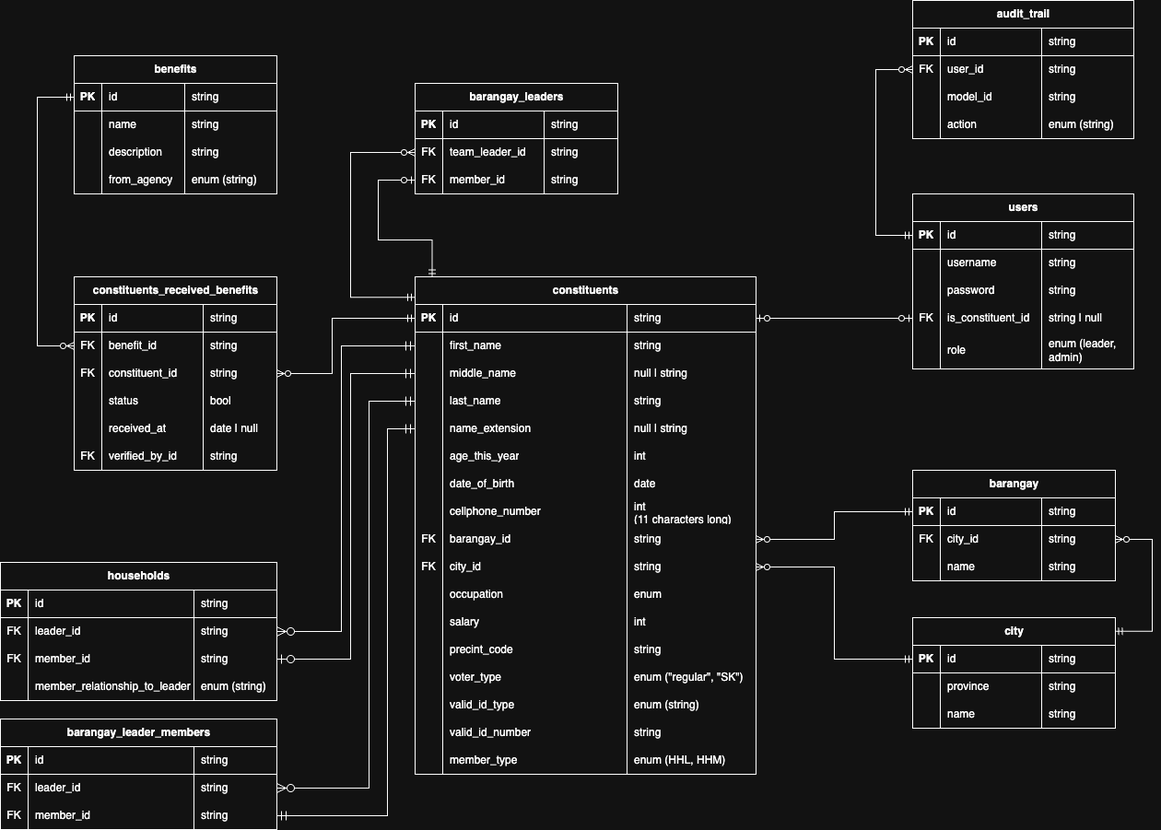
13luecloud/constituents-record keeps this draw.io diagram as resources/references/database_schema.png. Above is the earlier version. Source tidied: cells renumbered, new cells last; positions are measured from the earlier drawing's top-left corner, leaving out a move shared by most shapes.
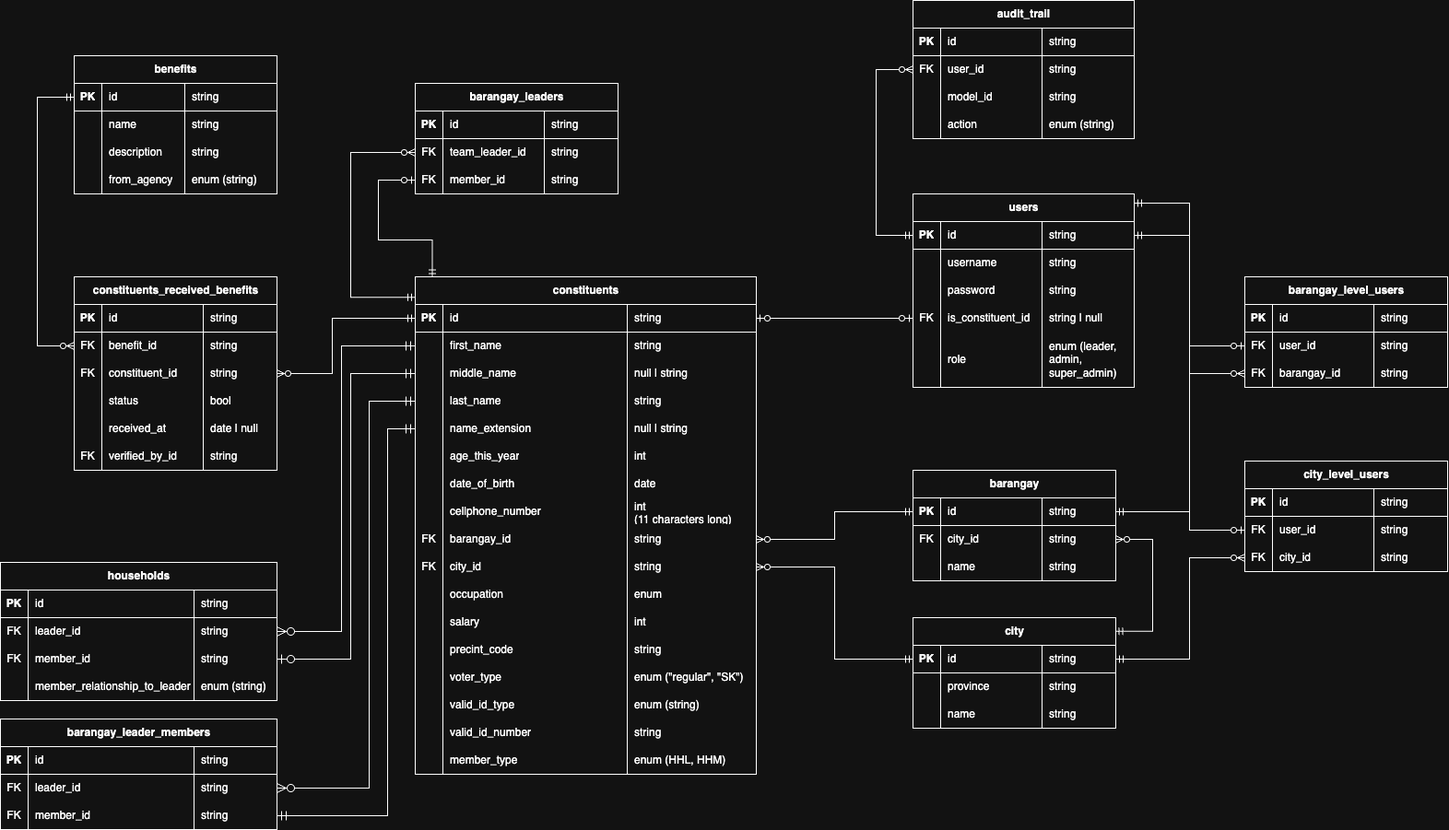
Above is the later version.

The edit, as a diff of the source:
```diff
@@ -3,7 +3,7 @@
     <mxCell id="0" />
     <mxCell id="1" parent="0" />
     <mxCell id="2" value="users" style="shape=table;startSize=30;rowLines=0;fontStyle=1;align=center;html=1;" parent="1" vertex="1">
-      <mxGeometry x="990" y="210" width="240" height="190" as="geometry" />
+      <mxGeometry x="990" y="210" width="240" height="210" as="geometry" />
     </mxCell>
     <mxCell id="3" style="shape=tableRow;horizontal=0;startSize=0;swimlaneHead=0;swimlaneBody=0;fillColor=none;points=[[0,0.5],[1,0.5]];portConstraint=eastwest;top=0;left=0;right=0;bottom=1;" parent="2" vertex="1">
       <mxGeometry y="30" width="240" height="30" as="geometry" />
@@ -54,16 +54,16 @@
       <mxGeometry x="140" width="100" height="30" as="geometry" />
     </mxCell>
     <mxCell id="19" style="shape=tableRow;horizontal=0;startSize=0;swimlaneHead=0;swimlaneBody=0;fillColor=none;top=0;left=0;right=0;bottom=0;" parent="2" vertex="1">
-      <mxGeometry y="150" width="240" height="40" as="geometry" />
+      <mxGeometry y="150" width="240" height="60" as="geometry" />
     </mxCell>
     <mxCell id="20" style="shape=partialRectangle;fillColor=none;top=0;left=0;bottom=0;right=0;overflow=hidden;whiteSpace=wrap;html=1;" parent="19" vertex="1">
-      <mxGeometry width="30" height="40" as="geometry" />
+      <mxGeometry width="30" height="60" as="geometry" />
     </mxCell>
     <mxCell id="21" value="role" style="shape=partialRectangle;fillColor=none;top=0;left=0;bottom=0;right=0;align=left;spacingLeft=6;overflow=hidden;whiteSpace=wrap;html=1;" parent="19" vertex="1">
-      <mxGeometry x="30" width="110" height="40" as="geometry" />
+      <mxGeometry x="30" width="110" height="60" as="geometry" />
     </mxCell>
-    <mxCell id="22" value="enum (leader, admin)" style="shape=partialRectangle;fillColor=none;top=0;left=0;bottom=0;right=0;align=left;spacingLeft=6;overflow=hidden;whiteSpace=wrap;html=1;" parent="19" vertex="1">
-      <mxGeometry x="140" width="100" height="40" as="geometry" />
+    <mxCell id="22" value="enum (leader, admin, super_admin)" style="shape=partialRectangle;fillColor=none;top=0;left=0;bottom=0;right=0;align=left;spacingLeft=6;overflow=hidden;whiteSpace=wrap;html=1;" parent="19" vertex="1">
+      <mxGeometry x="140" width="100" height="60" as="geometry" />
     </mxCell>
     <mxCell id="23" value="benefits" style="shape=table;startSize=30;rowLines=0;fontStyle=1;align=center;html=1;" parent="1" vertex="1">
       <mxGeometry x="80" y="60" width="220" height="150" as="geometry" />
@@ -751,5 +751,105 @@
         </Array>
       </mxGeometry>
     </mxCell>
+    <mxCell id="234" value="barangay_level_users" style="shape=table;startSize=30;rowLines=0;fontStyle=1;align=center;html=1;swimlaneLine=1;" parent="1" vertex="1">
+      <mxGeometry x="1350" y="300" width="220" height="120" as="geometry" />
+    </mxCell>
+    <mxCell id="235" style="shape=tableRow;horizontal=0;startSize=0;swimlaneHead=0;swimlaneBody=0;fillColor=none;top=0;left=0;right=0;bottom=1;swimlaneLine=1;" parent="234" vertex="1">
+      <mxGeometry y="30" width="220" height="30" as="geometry" />
+    </mxCell>
+    <mxCell id="236" value="PK" style="shape=partialRectangle;fillColor=none;top=0;left=0;bottom=0;right=0;fontStyle=1;overflow=hidden;whiteSpace=wrap;html=1;swimlaneLine=1;" parent="235" vertex="1">
+      <mxGeometry width="30" height="30" as="geometry" />
+    </mxCell>
+    <mxCell id="237" value="&lt;span style=&quot;font-weight: normal;&quot;&gt;id&lt;/span&gt;" style="shape=partialRectangle;fillColor=none;top=0;left=0;bottom=0;right=0;align=left;spacingLeft=6;fontStyle=1;overflow=hidden;whiteSpace=wrap;html=1;swimlaneLine=1;" parent="235" vertex="1">
+      <mxGeometry x="30" width="110" height="30" as="geometry" />
+    </mxCell>
+    <mxCell id="238" value="&lt;span style=&quot;font-weight: normal;&quot;&gt;string&lt;/span&gt;" style="shape=partialRectangle;fillColor=none;top=0;left=0;bottom=0;right=0;align=left;spacingLeft=6;fontStyle=1;overflow=hidden;whiteSpace=wrap;html=1;swimlaneLine=1;" parent="235" vertex="1">
+      <mxGeometry x="140" width="80" height="30" as="geometry" />
+    </mxCell>
+    <mxCell id="239" style="shape=tableRow;horizontal=0;startSize=0;swimlaneHead=0;swimlaneBody=0;fillColor=none;points=[[0,0.5],[1,0.5]];portConstraint=eastwest;top=0;left=0;right=0;bottom=0;swimlaneLine=1;" parent="234" vertex="1">
+      <mxGeometry y="60" width="220" height="30" as="geometry" />
+    </mxCell>
+    <mxCell id="240" value="FK" style="shape=partialRectangle;fillColor=none;top=0;left=0;bottom=0;right=0;overflow=hidden;whiteSpace=wrap;html=1;swimlaneLine=1;" parent="239" vertex="1">
+      <mxGeometry width="30" height="30" as="geometry" />
+    </mxCell>
+    <mxCell id="241" value="user_id" style="shape=partialRectangle;fillColor=none;top=0;left=0;bottom=0;right=0;align=left;spacingLeft=6;overflow=hidden;whiteSpace=wrap;html=1;swimlaneLine=1;" parent="239" vertex="1">
+      <mxGeometry x="30" width="110" height="30" as="geometry" />
+    </mxCell>
+    <mxCell id="242" value="string" style="shape=partialRectangle;fillColor=none;top=0;left=0;bottom=0;right=0;align=left;spacingLeft=6;overflow=hidden;whiteSpace=wrap;html=1;swimlaneLine=1;" parent="239" vertex="1">
+      <mxGeometry x="140" width="80" height="30" as="geometry" />
+    </mxCell>
+    <mxCell id="243" style="shape=tableRow;horizontal=0;startSize=0;swimlaneHead=0;swimlaneBody=0;fillColor=none;points=[[0,0.5],[1,0.5]];portConstraint=eastwest;top=0;left=0;right=0;bottom=0;swimlaneLine=1;" parent="234" vertex="1">
+      <mxGeometry y="90" width="220" height="30" as="geometry" />
+    </mxCell>
+    <mxCell id="244" value="FK" style="shape=partialRectangle;fillColor=none;top=0;left=0;bottom=0;right=0;overflow=hidden;whiteSpace=wrap;html=1;swimlaneLine=1;" parent="243" vertex="1">
+      <mxGeometry width="30" height="30" as="geometry" />
+    </mxCell>
+    <mxCell id="245" value="barangay_id" style="shape=partialRectangle;fillColor=none;top=0;left=0;bottom=0;right=0;align=left;spacingLeft=6;overflow=hidden;whiteSpace=wrap;html=1;swimlaneLine=1;" parent="243" vertex="1">
+      <mxGeometry x="30" width="110" height="30" as="geometry" />
+    </mxCell>
+    <mxCell id="246" value="string" style="shape=partialRectangle;fillColor=none;top=0;left=0;bottom=0;right=0;align=left;spacingLeft=6;overflow=hidden;whiteSpace=wrap;html=1;swimlaneLine=1;" parent="243" vertex="1">
+      <mxGeometry x="140" width="80" height="30" as="geometry" />
+    </mxCell>
+    <mxCell id="247" value="city_level_users" style="shape=table;startSize=30;rowLines=0;fontStyle=1;align=center;html=1;swimlaneLine=1;" parent="1" vertex="1">
+      <mxGeometry x="1350" y="500" width="220" height="120" as="geometry" />
+    </mxCell>
+    <mxCell id="248" style="shape=tableRow;horizontal=0;startSize=0;swimlaneHead=0;swimlaneBody=0;fillColor=none;top=0;left=0;right=0;bottom=1;swimlaneLine=1;" parent="247" vertex="1">
+      <mxGeometry y="30" width="220" height="30" as="geometry" />
+    </mxCell>
+    <mxCell id="249" value="PK" style="shape=partialRectangle;fillColor=none;top=0;left=0;bottom=0;right=0;fontStyle=1;overflow=hidden;whiteSpace=wrap;html=1;swimlaneLine=1;" parent="248" vertex="1">
+      <mxGeometry width="30" height="30" as="geometry" />
+    </mxCell>
+    <mxCell id="250" value="&lt;span style=&quot;font-weight: normal;&quot;&gt;id&lt;/span&gt;" style="shape=partialRectangle;fillColor=none;top=0;left=0;bottom=0;right=0;align=left;spacingLeft=6;fontStyle=1;overflow=hidden;whiteSpace=wrap;html=1;swimlaneLine=1;" parent="248" vertex="1">
+      <mxGeometry x="30" width="110" height="30" as="geometry" />
+    </mxCell>
+    <mxCell id="251" value="&lt;span style=&quot;font-weight: normal;&quot;&gt;string&lt;/span&gt;" style="shape=partialRectangle;fillColor=none;top=0;left=0;bottom=0;right=0;align=left;spacingLeft=6;fontStyle=1;overflow=hidden;whiteSpace=wrap;html=1;swimlaneLine=1;" parent="248" vertex="1">
+      <mxGeometry x="140" width="80" height="30" as="geometry" />
+    </mxCell>
+    <mxCell id="252" style="shape=tableRow;horizontal=0;startSize=0;swimlaneHead=0;swimlaneBody=0;fillColor=none;points=[[0,0.5],[1,0.5]];portConstraint=eastwest;top=0;left=0;right=0;bottom=0;swimlaneLine=1;" parent="247" vertex="1">
+      <mxGeometry y="60" width="220" height="30" as="geometry" />
+    </mxCell>
+    <mxCell id="253" value="FK" style="shape=partialRectangle;fillColor=none;top=0;left=0;bottom=0;right=0;overflow=hidden;whiteSpace=wrap;html=1;swimlaneLine=1;" parent="252" vertex="1">
+      <mxGeometry width="30" height="30" as="geometry" />
+    </mxCell>
+    <mxCell id="254" value="user_id" style="shape=partialRectangle;fillColor=none;top=0;left=0;bottom=0;right=0;align=left;spacingLeft=6;overflow=hidden;whiteSpace=wrap;html=1;swimlaneLine=1;" parent="252" vertex="1">
+      <mxGeometry x="30" width="110" height="30" as="geometry" />
+    </mxCell>
+    <mxCell id="255" value="string" style="shape=partialRectangle;fillColor=none;top=0;left=0;bottom=0;right=0;align=left;spacingLeft=6;overflow=hidden;whiteSpace=wrap;html=1;swimlaneLine=1;" parent="252" vertex="1">
+      <mxGeometry x="140" width="80" height="30" as="geometry" />
+    </mxCell>
+    <mxCell id="256" style="shape=tableRow;horizontal=0;startSize=0;swimlaneHead=0;swimlaneBody=0;fillColor=none;points=[[0,0.5],[1,0.5]];portConstraint=eastwest;top=0;left=0;right=0;bottom=0;swimlaneLine=1;" parent="247" vertex="1">
+      <mxGeometry y="90" width="220" height="30" as="geometry" />
+    </mxCell>
+    <mxCell id="257" value="FK" style="shape=partialRectangle;fillColor=none;top=0;left=0;bottom=0;right=0;overflow=hidden;whiteSpace=wrap;html=1;swimlaneLine=1;" parent="256" vertex="1">
+      <mxGeometry width="30" height="30" as="geometry" />
+    </mxCell>
+    <mxCell id="258" value="city_id" style="shape=partialRectangle;fillColor=none;top=0;left=0;bottom=0;right=0;align=left;spacingLeft=6;overflow=hidden;whiteSpace=wrap;html=1;swimlaneLine=1;" parent="256" vertex="1">
+      <mxGeometry x="30" width="110" height="30" as="geometry" />
+    </mxCell>
+    <mxCell id="259" value="string" style="shape=partialRectangle;fillColor=none;top=0;left=0;bottom=0;right=0;align=left;spacingLeft=6;overflow=hidden;whiteSpace=wrap;html=1;swimlaneLine=1;" parent="256" vertex="1">
+      <mxGeometry x="140" width="80" height="30" as="geometry" />
+    </mxCell>
+    <mxCell id="260" style="edgeStyle=orthogonalEdgeStyle;rounded=0;jettySize=auto;html=1;exitX=1;exitY=0.5;exitDx=0;exitDy=0;entryX=0;entryY=0.5;entryDx=0;entryDy=0;endArrow=ERzeroToOne;endFill=0;startArrow=ERmandOne;startFill=0;" parent="1" edge="1" source="3" target="239">
+      <mxGeometry relative="1" as="geometry" />
+    </mxCell>
+    <mxCell id="261" style="edgeStyle=orthogonalEdgeStyle;rounded=0;jettySize=auto;html=1;exitX=0;exitY=0.5;exitDx=0;exitDy=0;entryX=1;entryY=0.5;entryDx=0;entryDy=0;startArrow=ERzeroToMany;startFill=0;endArrow=ERmandOne;endFill=0;" parent="1" edge="1" source="243" target="54">
+      <mxGeometry relative="1" as="geometry">
+        <Array as="points">
+          <mxPoint x="1290" y="405" />
+          <mxPoint x="1290" y="555" />
+        </Array>
+      </mxGeometry>
+    </mxCell>
+    <mxCell id="262" style="edgeStyle=orthogonalEdgeStyle;rounded=0;jettySize=auto;html=1;exitX=0;exitY=0.5;exitDx=0;exitDy=0;entryX=1;entryY=0.048;entryDx=0;entryDy=0;entryPerimeter=0;endArrow=ERmandOne;endFill=0;startArrow=ERzeroToOne;startFill=0;" parent="1" edge="1" source="252" target="2">
+      <mxGeometry relative="1" as="geometry" />
+    </mxCell>
+    <mxCell id="263" style="edgeStyle=orthogonalEdgeStyle;rounded=0;jettySize=auto;html=1;exitX=0;exitY=0.5;exitDx=0;exitDy=0;entryX=1;entryY=0.5;entryDx=0;entryDy=0;endArrow=ERmandOne;endFill=0;startArrow=ERzeroToMany;startFill=0;" parent="1" edge="1" source="256" target="41">
+      <mxGeometry relative="1" as="geometry">
+        <Array as="points">
+          <mxPoint x="1290" y="605" />
+          <mxPoint x="1290" y="715" />
+        </Array>
+      </mxGeometry>
+    </mxCell>
   </root>
 </mxGraphModel>
```
